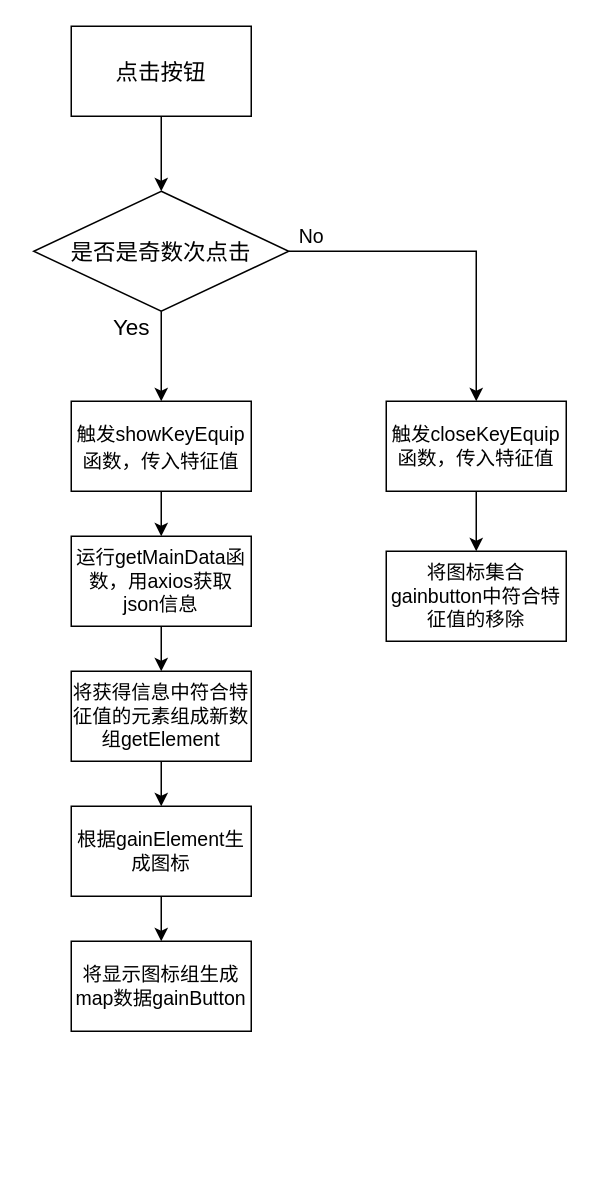
Above: Untitled Diagram.drawio in nbyzhh/drawio (draw.io), before the change. Source tidied: cells renumbered, new cells numbered last; positions are measured from the earlier drawing's top-left corner, leaving out a move shared by most shapes. Both pictures are drawn from the tidied source at 150%, with x=0, y=0 at pixel (33, 26).
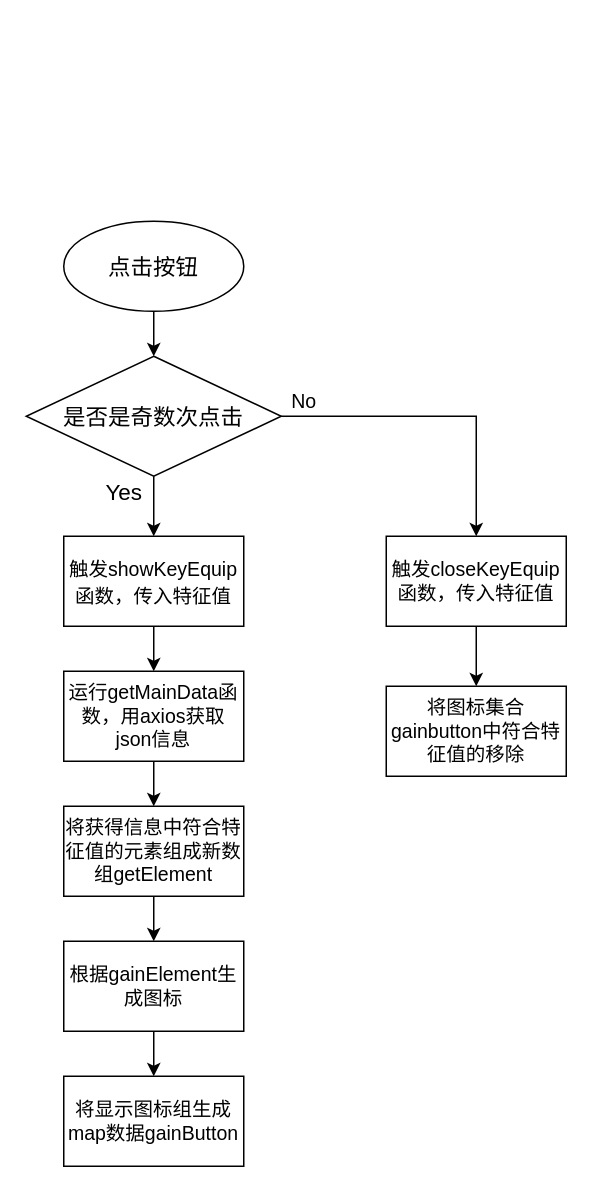
After the change.

What changed in the source:
```diff
@@
-    <mxCell id="2" style="edgeStyle=orthogonalEdgeStyle;rounded=0;jettySize=auto;html=1;exitX=0.5;exitY=1;exitDx=0;exitDy=0;entryX=0.5;entryY=0;entryDx=0;entryDy=0;fontSize=15;" parent="1" edge="1" source="3" target="6">
-      <mxGeometry relative="1" as="geometry" />
-    </mxCell>
-    <mxCell id="3" value="&lt;font style=&quot;font-size: 15px;&quot;&gt;点击按钮&lt;/font&gt;" style="rounded=0;whiteSpace=wrap;html=1;" parent="1" vertex="1">
-      <mxGeometry x="25" width="120" height="60" as="geometry" />
-    </mxCell>
-    <mxCell id="4" style="edgeStyle=orthogonalEdgeStyle;rounded=0;jettySize=auto;html=1;fontSize=15;" parent="1" edge="1" source="6">
-      <mxGeometry relative="1" as="geometry">
-        <mxPoint x="85" y="250" as="targetPoint" />
-      </mxGeometry>
-    </mxCell>
@@
+    <mxCell id="21" style="edgeStyle=orthogonalEdgeStyle;rounded=0;jettySize=auto;html=1;exitX=0.5;exitY=1;exitDx=0;exitDy=0;entryX=0.5;entryY=0;entryDx=0;entryDy=0;" parent="1" edge="1" source="6" target="9">
+      <mxGeometry relative="1" as="geometry" />
+    </mxCell>
     <mxCell id="6" value="是否是奇数次点击" style="rhombus;whiteSpace=wrap;html=1;fontSize=15;" parent="1" vertex="1">
-      <mxGeometry y="110" width="170" height="80" as="geometry" />
+      <mxGeometry x="-5" y="220" width="170" height="80" as="geometry" />
     </mxCell>
     <mxCell id="7" value="Yes" style="text;html=1;align=center;verticalAlign=middle;strokeColor=none;fillColor=none;fontSize=15;" parent="1" vertex="1">
-      <mxGeometry x="45" y="190" width="40" height="20" as="geometry" />
+      <mxGeometry x="40" y="300" width="40" height="20" as="geometry" />
     </mxCell>
@@
     <mxCell id="9" value="&lt;font style=&quot;font-size: 13px;&quot;&gt;触发showKeyEquip函数，传入特征值&lt;/font&gt;" style="rounded=0;whiteSpace=wrap;html=1;fontSize=15;" parent="1" vertex="1">
-      <mxGeometry x="25" y="250" width="120" height="60" as="geometry" />
+      <mxGeometry x="20" y="340" width="120" height="60" as="geometry" />
     </mxCell>
@@
     <mxCell id="11" value="运行getMainData函数，用axios获取json信息" style="rounded=0;whiteSpace=wrap;html=1;fontSize=13;" parent="1" vertex="1">
-      <mxGeometry x="25" y="340" width="120" height="60" as="geometry" />
+      <mxGeometry x="20" y="430" width="120" height="60" as="geometry" />
     </mxCell>
@@
     <mxCell id="13" value="将获得信息中符合特征值的元素组成新数组getElement" style="rounded=0;whiteSpace=wrap;html=1;fontSize=13;" parent="1" vertex="1">
-      <mxGeometry x="25" y="430" width="120" height="60" as="geometry" />
+      <mxGeometry x="20" y="520" width="120" height="60" as="geometry" />
     </mxCell>
@@
     <mxCell id="15" value="根据gainElement生成图标" style="rounded=0;whiteSpace=wrap;html=1;fontSize=13;" parent="1" vertex="1">
-      <mxGeometry x="25" y="520" width="120" height="60" as="geometry" />
+      <mxGeometry x="20" y="610" width="120" height="60" as="geometry" />
     </mxCell>
     <mxCell id="16" value="将显示图标组生成map数据gainButton" style="rounded=0;whiteSpace=wrap;html=1;fontSize=13;" parent="1" vertex="1">
-      <mxGeometry x="25" y="610" width="120" height="60" as="geometry" />
+      <mxGeometry x="20" y="700" width="120" height="60" as="geometry" />
     </mxCell>
     <mxCell id="17" value="No" style="text;html=1;align=center;verticalAlign=middle;strokeColor=none;fillColor=none;fontSize=13;" parent="1" vertex="1">
-      <mxGeometry x="170" y="130" width="30" height="20" as="geometry" />
+      <mxGeometry x="165" y="240" width="30" height="20" as="geometry" />
     </mxCell>
@@
     <mxCell id="19" value="&lt;span style=&quot;&quot;&gt;触发closeKeyEquip函数，传入特征值&lt;/span&gt;" style="rounded=0;whiteSpace=wrap;html=1;fontSize=13;" parent="1" vertex="1">
-      <mxGeometry x="235" y="250" width="120" height="60" as="geometry" />
+      <mxGeometry x="235" y="340" width="120" height="60" as="geometry" />
     </mxCell>
     <mxCell id="20" value="将图标集合gainbutton中符合特征值的移除" style="rounded=0;whiteSpace=wrap;html=1;fontSize=13;" parent="1" vertex="1">
-      <mxGeometry x="235" y="350" width="120" height="60" as="geometry" />
+      <mxGeometry x="235" y="440" width="120" height="60" as="geometry" />
     </mxCell>
+    <mxCell id="2" style="edgeStyle=orthogonalEdgeStyle;rounded=0;jettySize=auto;html=1;exitX=0.5;exitY=1;exitDx=0;exitDy=0;entryX=0.5;entryY=0;entryDx=0;entryDy=0;fontSize=15;" parent="1" edge="1" source="3" target="6">
+      <mxGeometry relative="1" as="geometry" />
+    </mxCell>
+    <mxCell id="3" value="&lt;span style=&quot;font-size: 15px;&quot;&gt;点击按钮&lt;/span&gt;" style="ellipse;whiteSpace=wrap;html=1;" parent="1" vertex="1">
+      <mxGeometry x="20" y="130" width="120" height="60" as="geometry" />
+    </mxCell>
```
